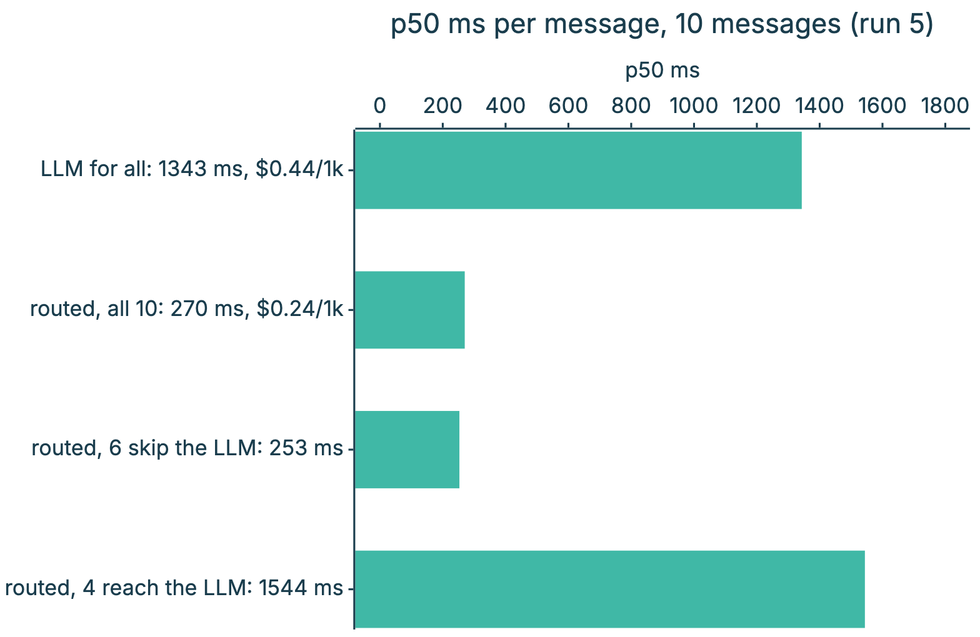
The Mermaid diagram course/diagrams/module_04/p1-demo-results.png in axel-sirota/getting_started_jev, before a commit. Its source is kept beside it as course/diagrams/module_04/p1-demo-results.mmd.
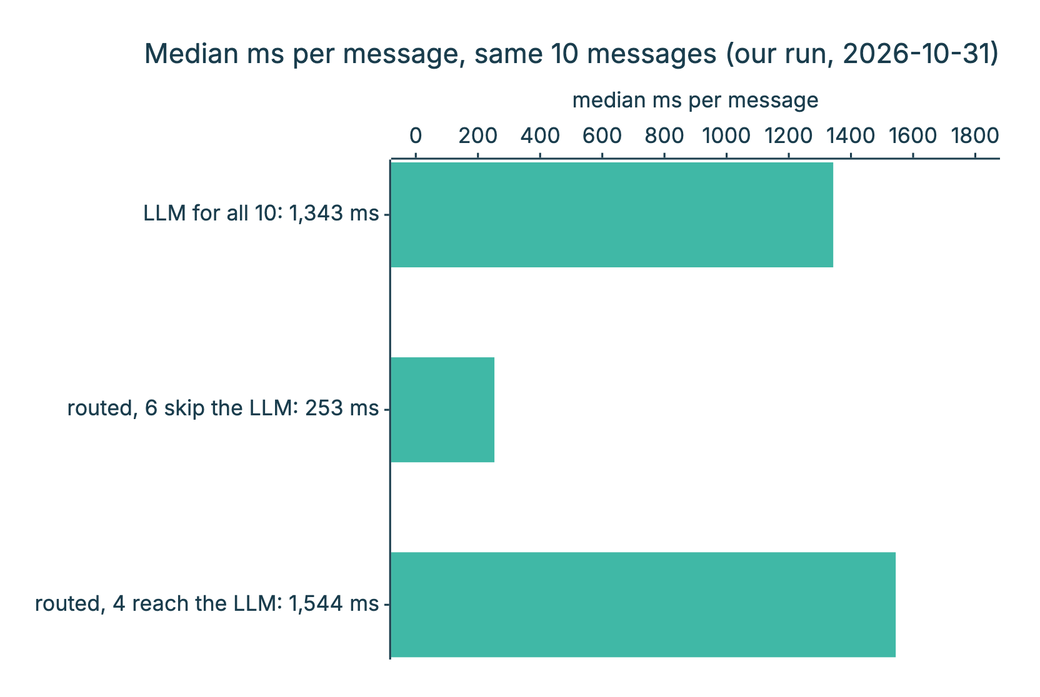
Above is the later version.

Diff of the diagram source:
```diff
@@ -1,6 +1,6 @@
 %%{init: {"theme": "base", "themeVariables": {"fontFamily": "Inter, sans-serif", "primaryColor": "#ECF8F6", "primaryBorderColor": "#40B8A6", "primaryTextColor": "#111827", "lineColor": "#1A3D4D", "secondaryColor": "#F9FAFB", "tertiaryColor": "#FFFFFF", "clusterBkg": "#F9FAFB", "clusterBorder": "#D1D5DB", "actorBkg": "#ECF8F6", "actorBorder": "#40B8A6", "noteBkgColor": "#FFF6DA", "noteBorderColor": "#E0B84C"}}}%%
 xychart-beta horizontal
-  title "p50 ms per message, 10 messages (run 5)"
-  x-axis ["LLM for all: 1343 ms, $0.44/1k", "routed, all 10: 270 ms, $0.24/1k", "routed, 6 skip the LLM: 253 ms", "routed, 4 reach the LLM: 1544 ms"]
-  y-axis "p50 ms" 0 --> 1800
-  bar [1343, 270, 253, 1544]
+  title "Median ms per message, same 10 messages (our run, 2026-10-31)"
+  x-axis ["LLM for all 10: 1,343 ms", "routed, 6 skip the LLM: 253 ms", "routed, 4 reach the LLM: 1,544 ms"]
+  y-axis "median ms per message" 0 --> 1800
+  bar [1343, 253, 1544]
```
